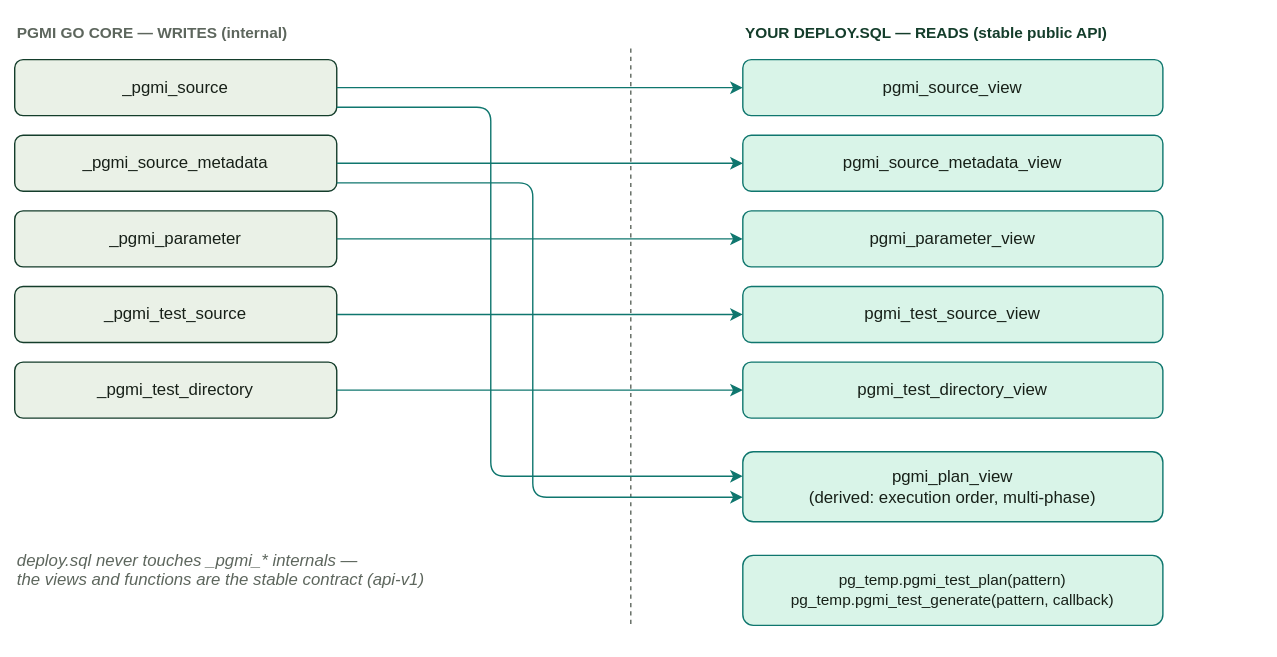
vvka-141/pgmi keeps this draw.io diagram as docs/diagrams/d03-session-api-surface.drawio.svg. Above is the earlier version. Source tidied: cells renumbered, new cells last; positions are measured from the earlier drawing's top-left corner, leaving out a move shared by most shapes.
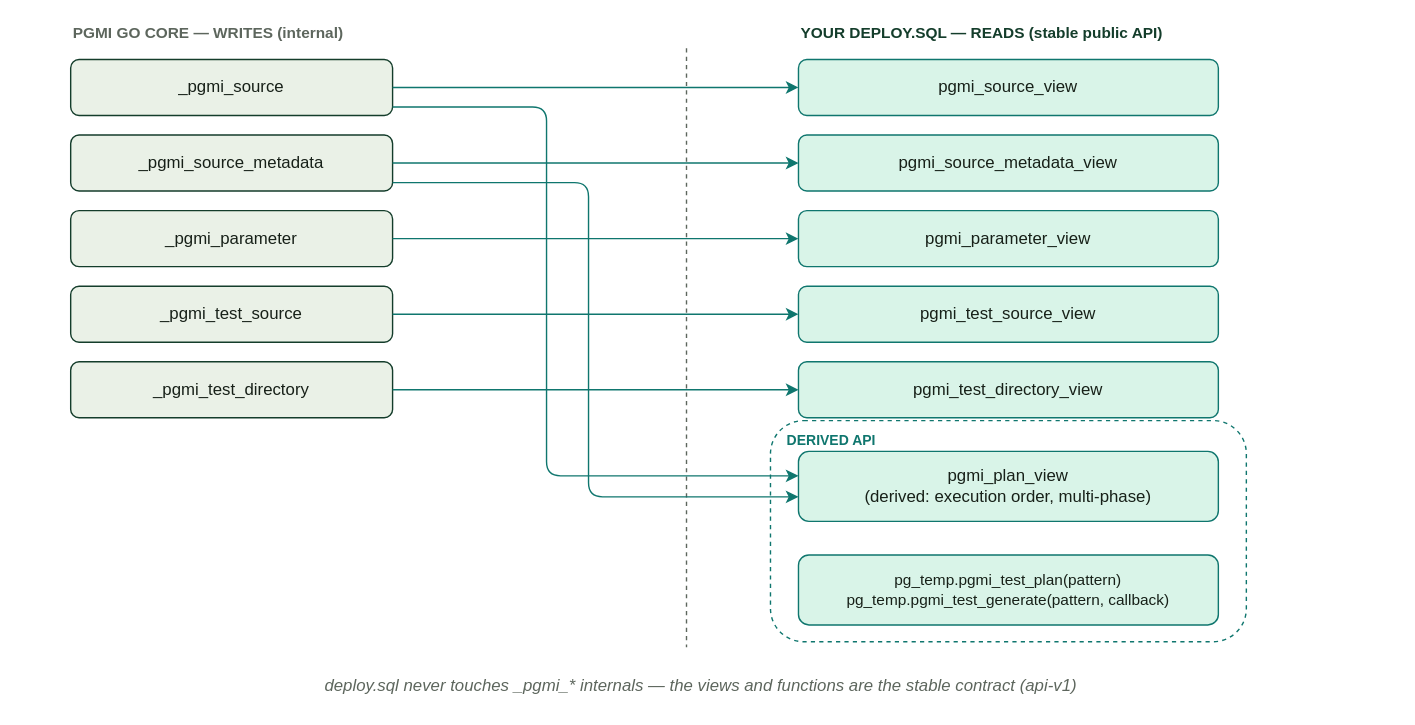
Later version of the same file.

Diff of the diagram source:
```diff
@@ -11,9 +11,12 @@
     <mxCell id="4" style="html=1;endArrow=none;dashed=1;strokeColor=#5d665d;" parent="1" edge="1">
       <mxGeometry relative="1" as="geometry">
         <mxPoint x="440" y="24" as="sourcePoint" />
-        <mxPoint x="440" y="436" as="targetPoint" />
+        <mxPoint x="440" y="452" as="targetPoint" />
       </mxGeometry>
     </mxCell>
+    <mxCell id="25" value="DERIVED API" style="rounded=1;whiteSpace=wrap;html=1;fillColor=none;strokeColor=#0f766e;dashed=1;verticalAlign=top;align=left;fontStyle=1;fontSize=10;fontColor=#0f766e;spacingLeft=10;spacingTop=2;" parent="1" vertex="1">
+      <mxGeometry x="500" y="290" width="340" height="158" as="geometry" />
+    </mxCell>
     <mxCell id="5" value="_pgmi_source" style="rounded=1;whiteSpace=wrap;html=1;fillColor=#eaf1e7;strokeColor=#143d2b;fontColor=#172018;fontSize=12;" parent="1" vertex="1">
       <mxGeometry y="32" width="230" height="40" as="geometry" />
     </mxCell>
@@ -81,8 +84,8 @@
         </Array>
       </mxGeometry>
     </mxCell>
-    <mxCell id="24" value="deploy.sql never touches _pgmi_* internals —&#10;the views and functions are the stable contract (api-v1)" style="text;html=1;align=left;fontStyle=2;fontSize=12;fontColor=#5d665d;" parent="1" vertex="1">
-      <mxGeometry y="376" width="380" height="40" as="geometry" />
+    <mxCell id="24" value="deploy.sql never touches _pgmi_* internals — the views and functions are the stable contract (api-v1)" style="text;html=1;align=center;fontStyle=2;fontSize=12;fontColor=#5d665d;" parent="1" vertex="1">
+      <mxGeometry x="-40" y="466" width="980" height="20" as="geometry" />
     </mxCell>
   </root>
 </mxGraphModel>
```
